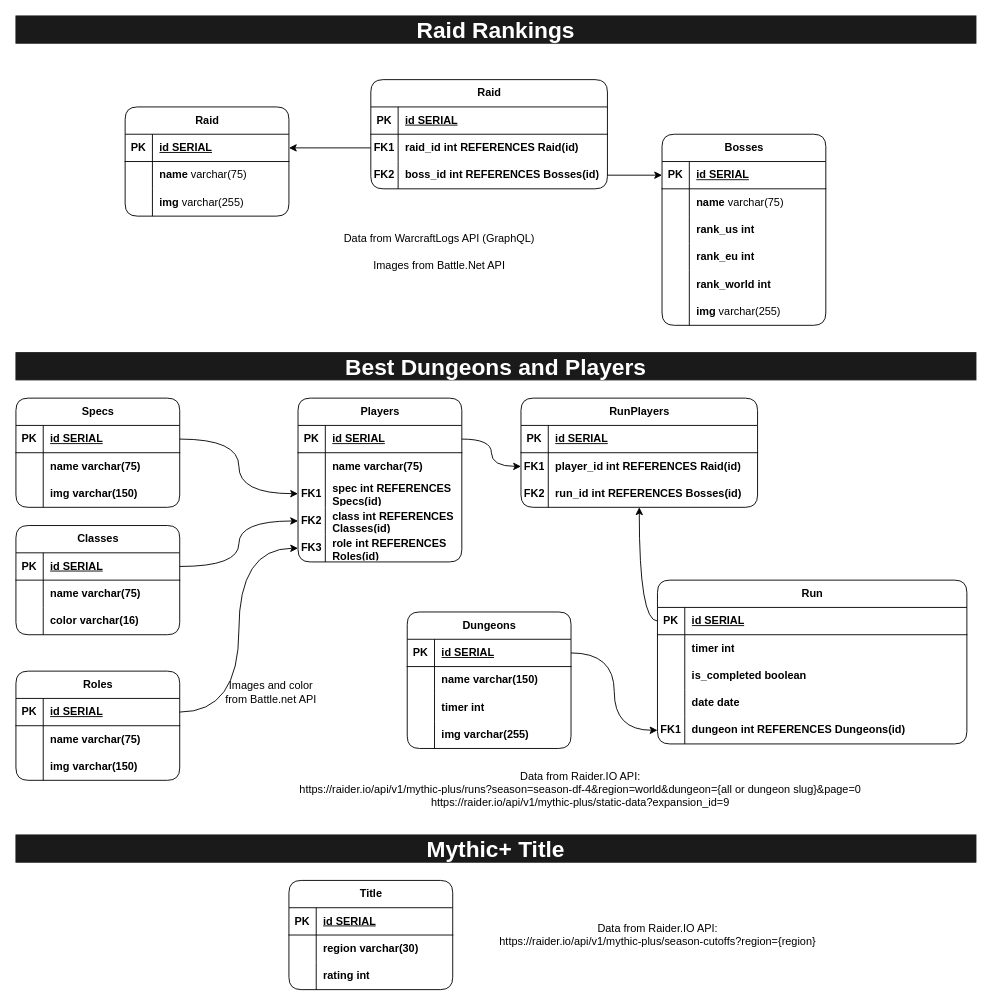
The draw.io diagram page "entities-relationship" (2 of 2) of assets/diagrams.drawio in equix1/wow-info, before the edit. Source tidied: cells renumbered, new cells numbered last; positions are measured from the earlier drawing's top-left corner, leaving out a move shared by most shapes. Both pictures are drawn from the tidied source at 91%, with x=0, y=0 at pixel (15, 15).
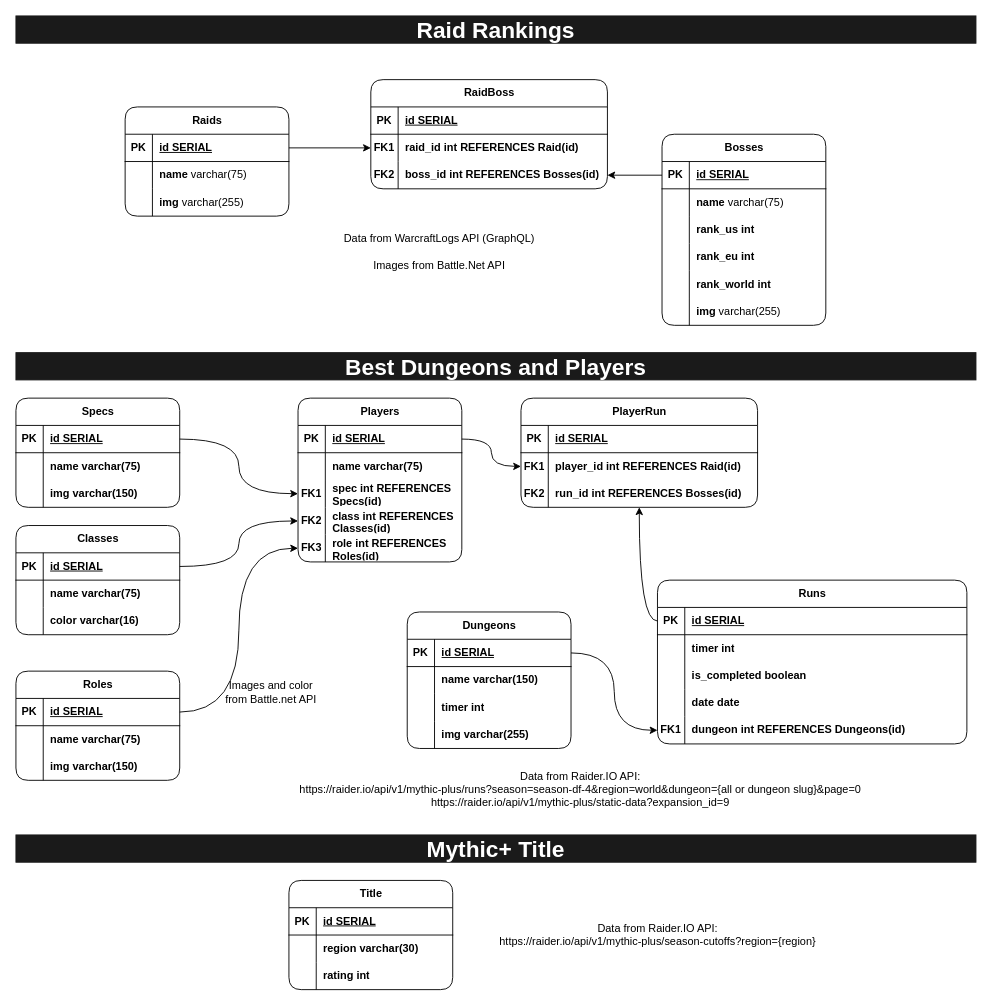
The same page after the edit.

Unchanged cells that the change refers to:
```xml
<mxCell id="3" style="shape=tableRow;horizontal=0;startSize=0;swimlaneHead=0;swimlaneBody=0;fillColor=none;points=[[0,0.5],[1,0.5]];portConstraint=eastwest;top=0;left=0;right=0;bottom=1;" parent="2" vertex="1">
  <mxGeometry y="30" width="180" height="30" as="geometry" />
</mxCell>
<mxCell id="13" style="shape=tableRow;horizontal=0;startSize=0;swimlaneHead=0;swimlaneBody=0;fillColor=none;points=[[0,0.5],[1,0.5]];portConstraint=eastwest;top=0;left=0;right=0;bottom=1;" parent="12" vertex="1">
  <mxGeometry y="30" width="180" height="30" as="geometry" />
</mxCell>
<mxCell id="35" style="shape=tableRow;horizontal=0;startSize=0;swimlaneHead=0;swimlaneBody=0;fillColor=none;points=[[0,0.5],[1,0.5]];portConstraint=eastwest;top=0;left=0;right=0;bottom=0;" parent="31" vertex="1">
  <mxGeometry y="60" width="260" height="30" as="geometry" />
</mxCell>
<mxCell id="38" style="shape=tableRow;horizontal=0;startSize=0;swimlaneHead=0;swimlaneBody=0;fillColor=none;points=[[0,0.5],[1,0.5]];portConstraint=eastwest;top=0;left=0;right=0;bottom=0;" parent="31" vertex="1">
  <mxGeometry y="90" width="260" height="30" as="geometry" />
</mxCell>
```

The edit, as a diff of the source:
```diff
@@
-    <mxCell id="2" value="Raid" style="shape=table;startSize=30;childLayout=tableLayout;rowLines=0;fontStyle=1;align=center;html=1;rounded=1;" parent="1" vertex="1">
+    <mxCell id="2" value="Raids" style="shape=table;startSize=30;childLayout=tableLayout;rowLines=0;fontStyle=1;align=center;html=1;rounded=1;" parent="1" vertex="1">
       <mxGeometry x="120" y="100" width="180" height="120" as="geometry" />
     </mxCell>
@@
-    <mxCell id="31" value="Raid" style="shape=table;startSize=30;childLayout=tableLayout;rowLines=0;fontStyle=1;align=center;html=1;rounded=1;" parent="1" vertex="1">
+    <mxCell id="31" value="RaidBoss" style="shape=table;startSize=30;childLayout=tableLayout;rowLines=0;fontStyle=1;align=center;html=1;rounded=1;" parent="1" vertex="1">
       <mxGeometry x="390" y="70" width="260" height="120" as="geometry" />
     </mxCell>
@@
-    <mxCell id="41" style="edgeStyle=orthogonalEdgeStyle;rounded=0;jettySize=auto;html=1;exitX=1;exitY=0.5;exitDx=0;exitDy=0;entryX=0;entryY=0.5;entryDx=0;entryDy=0;" parent="1" edge="1" source="38" target="13">
+    <mxCell id="41" style="edgeStyle=orthogonalEdgeStyle;rounded=0;jettySize=auto;html=1;exitX=1;exitY=0.5;exitDx=0;exitDy=0;entryX=0;entryY=0.5;entryDx=0;entryDy=0;startArrow=classic;startFill=1;endArrow=none;endFill=0;" parent="1" edge="1" source="38" target="13">
       <mxGeometry relative="1" as="geometry" />
     </mxCell>
-    <mxCell id="42" style="edgeStyle=orthogonalEdgeStyle;rounded=0;jettySize=auto;html=1;exitX=0;exitY=0.5;exitDx=0;exitDy=0;entryX=1;entryY=0.5;entryDx=0;entryDy=0;" parent="1" edge="1" source="35" target="3">
+    <mxCell id="42" style="edgeStyle=orthogonalEdgeStyle;rounded=0;jettySize=auto;html=1;exitX=0;exitY=0.5;exitDx=0;exitDy=0;entryX=1;entryY=0.5;entryDx=0;entryDy=0;startArrow=classic;startFill=1;endArrow=none;endFill=0;" parent="1" edge="1" source="35" target="3">
       <mxGeometry relative="1" as="geometry" />
     </mxCell>
@@
-    <mxCell id="53" value="Run" style="shape=table;startSize=30;childLayout=tableLayout;rowLines=0;fontStyle=1;align=center;html=1;rounded=1;" parent="1" vertex="1">
+    <mxCell id="53" value="Runs" style="shape=table;startSize=30;childLayout=tableLayout;rowLines=0;fontStyle=1;align=center;html=1;rounded=1;" parent="1" vertex="1">
       <mxGeometry x="705" y="620" width="340" height="180" as="geometry" />
     </mxCell>
@@
-    <mxCell id="85" value="RunPlayers" style="shape=table;startSize=30;childLayout=tableLayout;rowLines=0;fontStyle=1;align=center;html=1;rounded=1;" parent="1" vertex="1">
+    <mxCell id="85" value="PlayerRun" style="shape=table;startSize=30;childLayout=tableLayout;rowLines=0;fontStyle=1;align=center;html=1;rounded=1;" parent="1" vertex="1">
       <mxGeometry x="555" y="420" width="260" height="120" as="geometry" />
     </mxCell>
```
